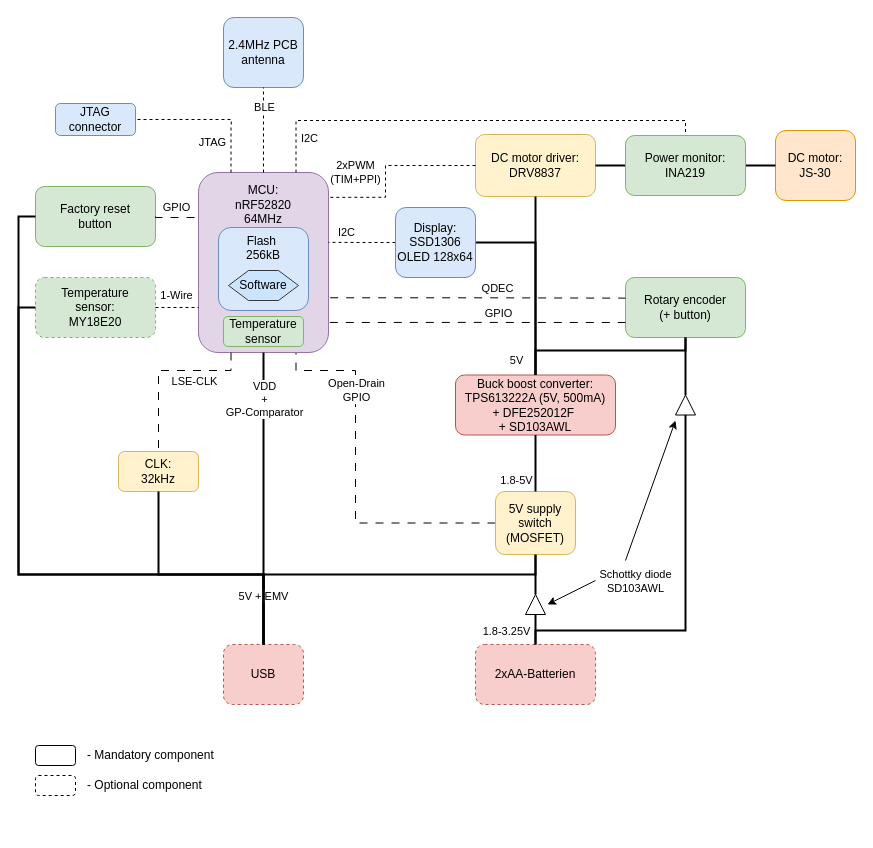
The draw.io diagram electronics/mt-rt-block-diagram.drawio in MiraTherm/miratherm-radiator-thermostat-documentation, before the edit. Source tidied: cells renumbered, new cells numbered last; positions are measured from the earlier drawing's top-left corner, leaving out a move shared by most shapes. Both pictures are drawn from the tidied source at 100%, with x=0, y=0 at pixel (18, 17).
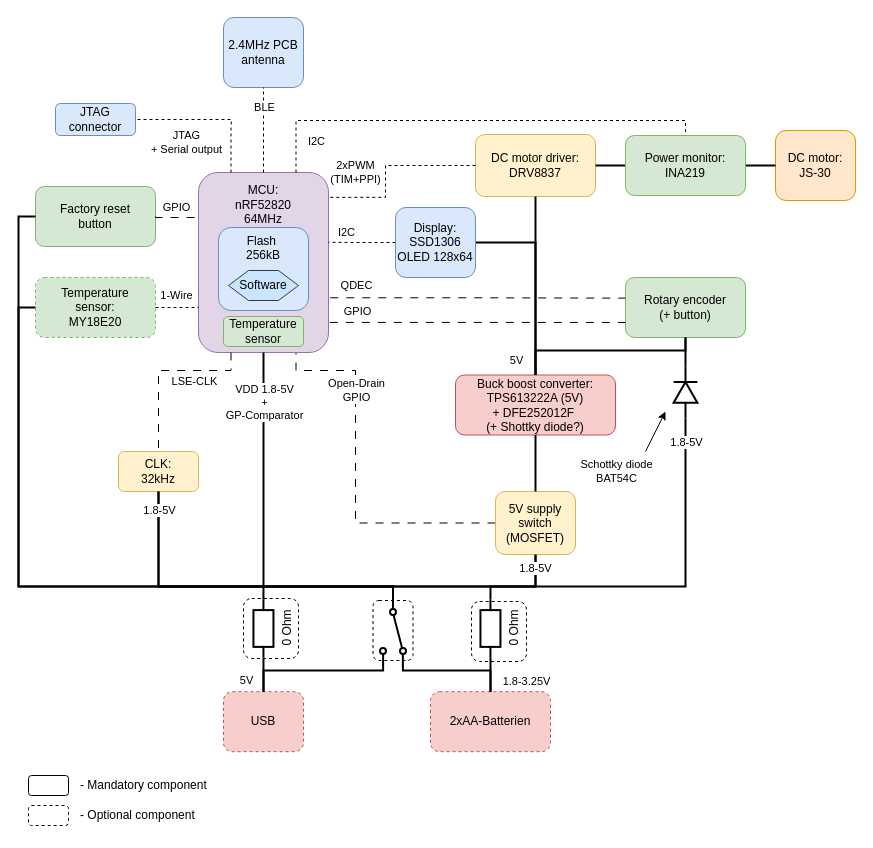
The same diagram, later.

Commit message:
:building_construction: Update block diagram

The change refers to these unchanged cells:
```xml
<mxCell id="3" value="MCU:&lt;br&gt;nRF52820 &lt;br&gt;64MHz&lt;br&gt;&lt;br&gt;&lt;br&gt;&lt;br&gt;&lt;br&gt;&lt;br&gt;&lt;br&gt;&lt;br&gt;&lt;div&gt;&lt;br&gt;&lt;/div&gt;" style="rounded=1;whiteSpace=wrap;html=1;labelPosition=center;verticalLabelPosition=middle;align=center;verticalAlign=middle;fillColor=#e1d5e7;strokeColor=#9673a6;" parent="1" vertex="1">
  <mxGeometry x="180" y="155" width="130" height="180" as="geometry" />
</mxCell>
<mxCell id="6" value="Temperature&lt;br&gt;sensor:&lt;br&gt;&lt;div&gt;MY18E20&lt;/div&gt;" style="rounded=1;whiteSpace=wrap;html=1;fillColor=#d5e8d4;strokeColor=#82b366;dashed=1;" parent="1" vertex="1">
  <mxGeometry x="17" y="260" width="120" height="60" as="geometry" />
</mxCell>
<mxCell id="7" value="Factory reset&lt;div&gt;button&lt;/div&gt;" style="rounded=1;whiteSpace=wrap;html=1;fillColor=#d5e8d4;strokeColor=#82b366;" parent="1" vertex="1">
  <mxGeometry x="17" y="169" width="120" height="60" as="geometry" />
</mxCell>
<mxCell id="8" value="Rotary encoder&lt;br&gt;(+ button)" style="rounded=1;whiteSpace=wrap;html=1;fillColor=#d5e8d4;strokeColor=#82b366;" parent="1" vertex="1">
  <mxGeometry x="607" y="260" width="120" height="60" as="geometry" />
</mxCell>
<mxCell id="12" style="endArrow=none;html=1;rounded=0;entryX=1;entryY=0.5;entryDx=0;entryDy=0;exitX=0.25;exitY=0;exitDx=0;exitDy=0;dashed=1;edgeStyle=orthogonalEdgeStyle;" parent="1" edge="1" source="3" target="11">
  <mxGeometry relative="1" as="geometry">
    <Array as="points">
      <mxPoint x="213" y="110" />
      <mxPoint x="213" y="106" />
    </Array>
  </mxGeometry>
</mxCell>
<mxCell id="16" style="endArrow=none;html=1;rounded=0;edgeStyle=orthogonalEdgeStyle;dashed=1;dashPattern=8 8;entryX=0;entryY=0.344;entryDx=0;entryDy=0;exitX=1.013;exitY=0.696;exitDx=0;exitDy=0;exitPerimeter=0;entryPerimeter=0;" parent="1" edge="1" source="3" target="8">
  <mxGeometry relative="1" as="geometry" />
</mxCell>
<mxCell id="20" value="CLK:&lt;br&gt;32kHz" style="rounded=1;whiteSpace=wrap;html=1;fillColor=#fff2cc;strokeColor=#d6b656;" parent="1" vertex="1">
  <mxGeometry x="100" y="434" width="80" height="40" as="geometry" />
</mxCell>
<mxCell id="37" value="5V supply switch&lt;br&gt;(MOSFET)" style="rounded=1;whiteSpace=wrap;html=1;fillColor=#fff2cc;strokeColor=#d6b656;" parent="1" vertex="1">
  <mxGeometry x="477" y="474" width="80" height="63" as="geometry" />
</mxCell>
<mxCell id="43" style="endArrow=none;html=1;rounded=0;entryX=0.5;entryY=1;entryDx=0;entryDy=0;strokeWidth=2;exitX=0.5;exitY=0;exitDx=0;exitDy=0;" parent="1" edge="1" source="37" target="24">
  <mxGeometry relative="1" as="geometry" />
</mxCell>
<mxCell id="46" style="endArrow=none;html=1;rounded=0;edgeStyle=orthogonalEdgeStyle;dashed=1;exitX=0.75;exitY=0;exitDx=0;exitDy=0;entryX=0.5;entryY=0;entryDx=0;entryDy=0;" parent="1" edge="1" source="3" target="59">
  <mxGeometry relative="1" as="geometry">
    <Array as="points">
      <mxPoint x="278" y="103" />
      <mxPoint x="667" y="103" />
    </Array>
  </mxGeometry>
</mxCell>
<mxCell id="65" style="endArrow=none;html=1;rounded=0;edgeStyle=orthogonalEdgeStyle;dashed=1;dashPattern=8 8;entryX=0;entryY=0.75;entryDx=0;entryDy=0;exitX=1.01;exitY=0.833;exitDx=0;exitDy=0;exitPerimeter=0;" parent="1" edge="1" source="3" target="8">
  <mxGeometry relative="1" as="geometry" />
</mxCell>
```

Diff of the diagram source:
```diff
@@
     <mxCell id="9" value="USB" style="rounded=1;whiteSpace=wrap;html=1;fillColor=#f8cecc;strokeColor=#b85450;dashed=1;" parent="1" vertex="1">
-      <mxGeometry x="205" y="627" width="80" height="60" as="geometry" />
+      <mxGeometry x="205" y="674.2" width="80" height="60" as="geometry" />
     </mxCell>
@@
-    <mxCell id="13" value="JTAG" style="edgeLabel;html=1;align=center;verticalAlign=middle;" parent="12" vertex="1">
+    <mxCell id="13" value="JTAG&lt;br&gt;+ Serial output" style="edgeLabel;html=1;align=center;verticalAlign=middle;" parent="12" vertex="1">
       <mxGeometry x="-0.47" y="2" relative="1" as="geometry">
-        <mxPoint x="-17" y="8" as="offset" />
+        <mxPoint x="-43" y="8" as="offset" />
       </mxGeometry>
     </mxCell>
@@
     <mxCell id="17" value="QDEC" style="edgeLabel;html=1;align=center;verticalAlign=middle;" parent="16" vertex="1">
       <mxGeometry x="0.16" relative="1" as="geometry">
-        <mxPoint x="-4" y="-10" as="offset" />
+        <mxPoint x="-145" y="-13" as="offset" />
       </mxGeometry>
     </mxCell>
@@
     <mxCell id="23" value="2xAA-Batterien" style="rounded=1;whiteSpace=wrap;html=1;fillColor=#f8cecc;strokeColor=#b85450;dashed=1;" parent="1" vertex="1">
-      <mxGeometry x="457" y="627" width="120" height="60" as="geometry" />
+      <mxGeometry x="412" y="674.2" width="120" height="60" as="geometry" />
     </mxCell>
-    <mxCell id="24" value="Buck boost converter:&lt;br&gt;&lt;div&gt;TPS613222A (5V, 500mA)&lt;br&gt;+&amp;nbsp;&lt;span style=&quot;background-color: transparent;&quot;&gt;DFE252012F&amp;nbsp;&lt;/span&gt;&lt;/div&gt;&lt;div&gt;&lt;span style=&quot;background-color: transparent; color: light-dark(rgb(0, 0, 0), rgb(255, 255, 255));&quot;&gt;+&amp;nbsp;&lt;/span&gt;&lt;span style=&quot;background-color: transparent;&quot;&gt;SD103AWL&lt;/span&gt;&lt;/div&gt;" style="rounded=1;whiteSpace=wrap;html=1;fillColor=#f8cecc;strokeColor=#b85450;" parent="1" vertex="1">
+    <mxCell id="24" value="Buck boost converter:&lt;br&gt;&lt;div&gt;TPS613222A (5V)&lt;br&gt;+&amp;nbsp;&lt;span style=&quot;background-color: transparent;&quot;&gt;DFE252012F&amp;nbsp;&lt;/span&gt;&lt;/div&gt;&lt;div&gt;&lt;span style=&quot;background-color: transparent; color: light-dark(rgb(0, 0, 0), rgb(255, 255, 255));&quot;&gt;(+&amp;nbsp;&lt;/span&gt;&lt;span style=&quot;background-color: transparent;&quot;&gt;Shottky diode?)&lt;/span&gt;&lt;/div&gt;" style="rounded=1;whiteSpace=wrap;html=1;fillColor=#f8cecc;strokeColor=#b85450;" parent="1" vertex="1">
       <mxGeometry x="437" y="357.5" width="160" height="60" as="geometry" />
     </mxCell>
-    <mxCell id="25" style="endArrow=none;html=1;rounded=0;entryX=0;entryY=0.5;entryDx=0;entryDy=0;exitX=0.5;exitY=0;exitDx=0;exitDy=0;strokeWidth=2;" parent="1" edge="1" source="23" target="27">
-      <mxGeometry relative="1" as="geometry" />
+    <mxCell id="25" style="endArrow=none;html=1;rounded=0;entryX=1;entryY=0.12;entryDx=0;entryDy=0;exitX=0.5;exitY=0;exitDx=0;exitDy=0;strokeWidth=2;edgeStyle=orthogonalEdgeStyle;" parent="1" edge="1" source="23" target="73">
+      <mxGeometry relative="1" as="geometry">
+        <Array as="points">
+          <mxPoint x="472" y="653" />
+          <mxPoint x="384" y="653" />
+        </Array>
+      </mxGeometry>
     </mxCell>
     <mxCell id="26" value="1.8-3.25V" style="edgeLabel;html=1;align=center;verticalAlign=middle;" parent="25" vertex="1">
       <mxGeometry x="0.47" relative="1" as="geometry">
-        <mxPoint x="-30" y="8" as="offset" />
+        <mxPoint x="95" y="10" as="offset" />
       </mxGeometry>
     </mxCell>
-    <mxCell id="27" style="triangle;whiteSpace=wrap;html=1;rotation=-90;" parent="1" vertex="1">
-      <mxGeometry x="507" y="577" width="20" height="20" as="geometry" />
-    </mxCell>
-    <mxCell id="28" style="endArrow=classic;html=1;rounded=0;" parent="1" edge="1">
-      <mxGeometry relative="1" as="geometry">
-        <mxPoint x="577" y="563" as="sourcePoint" />
-        <mxPoint x="529" y="587" as="targetPoint" />
-      </mxGeometry>
-    </mxCell>
-    <mxCell id="29" value="Schottky diode&lt;div&gt;SD103AWL&lt;/div&gt;" style="edgeLabel;html=1;align=center;verticalAlign=middle;" parent="28" vertex="1">
-      <mxGeometry x="-0.56" relative="1" as="geometry">
-        <mxPoint x="50" y="-5" as="offset" />
-      </mxGeometry>
-    </mxCell>
-    <mxCell id="30" style="endArrow=none;html=1;rounded=0;entryX=0.5;entryY=0;entryDx=0;entryDy=0;edgeStyle=orthogonalEdgeStyle;strokeWidth=2;exitX=0.5;exitY=1;exitDx=0;exitDy=0;" parent="1" edge="1" source="3" target="9">
-      <mxGeometry relative="1" as="geometry" />
+    <mxCell id="30" style="endArrow=none;html=1;rounded=0;entryX=0;entryY=0.5;entryDx=0;entryDy=0;edgeStyle=orthogonalEdgeStyle;strokeWidth=2;exitX=0.5;exitY=1;exitDx=0;exitDy=0;" parent="1" edge="1" source="3" target="73">
+      <mxGeometry relative="1" as="geometry">
+        <Array as="points">
+          <mxPoint x="245" y="569" />
+          <mxPoint x="375" y="569" />
+        </Array>
+      </mxGeometry>
     </mxCell>
-    <mxCell id="31" value="VDD&lt;br&gt;+&lt;br&gt;GP-Comparator" style="edgeLabel;html=1;align=center;verticalAlign=middle;" parent="30" vertex="1">
+    <mxCell id="31" value="VDD 1.8-5V&lt;br&gt;+&lt;br&gt;GP-Comparator" style="edgeLabel;html=1;align=center;verticalAlign=middle;" parent="30" vertex="1">
       <mxGeometry x="-0.92" relative="1" as="geometry">
         <mxPoint y="34" as="offset" />
       </mxGeometry>
     </mxCell>
     <mxCell id="32" style="rounded=1;whiteSpace=wrap;html=1;dashed=1;" parent="1" vertex="1">
-      <mxGeometry x="17" y="758" width="40" height="20" as="geometry" />
+      <mxGeometry x="10" y="788" width="40" height="20" as="geometry" />
     </mxCell>
     <mxCell id="33" value="- Optional component" style="text;html=1;align=left;verticalAlign=middle;strokeColor=none;fillColor=none;" parent="1" vertex="1">
-      <mxGeometry x="67" y="753" width="140" height="30" as="geometry" />
+      <mxGeometry x="60" y="783" width="140" height="30" as="geometry" />
     </mxCell>
     <mxCell id="34" style="rounded=1;whiteSpace=wrap;html=1;" parent="1" vertex="1">
-      <mxGeometry x="17" y="728" width="40" height="20" as="geometry" />
+      <mxGeometry x="10" y="758" width="40" height="20" as="geometry" />
     </mxCell>
     <mxCell id="35" value="- Mandatory component" style="text;html=1;align=left;verticalAlign=middle;strokeColor=none;fillColor=none;" parent="1" vertex="1">
-      <mxGeometry x="67" y="723" width="150" height="30" as="geometry" />
+      <mxGeometry x="60" y="753" width="150" height="30" as="geometry" />
     </mxCell>
-    <mxCell id="36" style="endArrow=none;html=1;rounded=0;entryX=0.5;entryY=1;entryDx=0;entryDy=0;exitX=1;exitY=0.5;exitDx=0;exitDy=0;strokeWidth=2;" parent="1" edge="1" source="27" target="37">
-      <mxGeometry relative="1" as="geometry" />
+    <mxCell id="36" style="endArrow=none;html=1;rounded=0;entryX=0.5;entryY=1;entryDx=0;entryDy=0;exitX=0;exitY=0.5;exitDx=0;exitDy=0;strokeWidth=2;edgeStyle=orthogonalEdgeStyle;" parent="1" edge="1" source="73" target="37">
+      <mxGeometry relative="1" as="geometry">
+        <Array as="points">
+          <mxPoint x="517" y="569" />
+        </Array>
+      </mxGeometry>
     </mxCell>
@@
-    <mxCell id="38" style="endArrow=none;html=1;rounded=0;entryX=0.5;entryY=0;entryDx=0;entryDy=0;edgeStyle=orthogonalEdgeStyle;strokeWidth=2;exitX=0.5;exitY=1;exitDx=0;exitDy=0;" parent="1" edge="1" source="37" target="9">
+    <mxCell id="38" style="endArrow=none;html=1;rounded=0;entryX=0.5;entryY=0;entryDx=0;entryDy=0;edgeStyle=orthogonalEdgeStyle;strokeWidth=2;exitX=1;exitY=0.88;exitDx=0;exitDy=0;" parent="1" edge="1" source="73" target="9">
       <mxGeometry relative="1" as="geometry">
         <Array as="points">
-          <mxPoint x="517" y="557" />
-          <mxPoint x="245" y="557" />
+          <mxPoint x="365" y="653" />
+          <mxPoint x="245" y="653" />
         </Array>
       </mxGeometry>
     </mxCell>
-    <mxCell id="39" value="5V + EMV" style="edgeLabel;html=1;align=center;verticalAlign=middle;" parent="38" vertex="1">
-      <mxGeometry x="0.73" y="-1" relative="1" as="geometry" />
+    <mxCell id="39" value="5V" style="edgeLabel;html=1;align=center;verticalAlign=middle;" parent="38" vertex="1">
+      <mxGeometry x="0.73" y="-1" relative="1" as="geometry">
+        <mxPoint x="-17" y="8" as="offset" />
+      </mxGeometry>
     </mxCell>
@@
-    <mxCell id="44" value="1.8-5V" style="edgeLabel;html=1;align=center;verticalAlign=middle;" parent="43" vertex="1">
-      <mxGeometry x="-0.57" y="1" relative="1" as="geometry">
-        <mxPoint x="-19" as="offset" />
-      </mxGeometry>
-    </mxCell>
-    <mxCell id="45" style="endArrow=none;html=1;rounded=0;entryX=0.5;entryY=0;entryDx=0;entryDy=0;edgeStyle=orthogonalEdgeStyle;strokeWidth=2;exitX=0.5;exitY=1;exitDx=0;exitDy=0;" parent="1" edge="1" source="20" target="9">
+    <mxCell id="45" style="endArrow=none;html=1;rounded=0;entryX=0;entryY=0.5;entryDx=0;entryDy=0;edgeStyle=orthogonalEdgeStyle;strokeWidth=2;exitX=0.5;exitY=1;exitDx=0;exitDy=0;" parent="1" edge="1" source="20" target="73">
       <mxGeometry relative="1" as="geometry">
         <Array as="points">
-          <mxPoint x="140" y="557" />
-          <mxPoint x="245" y="557" />
+          <mxPoint x="140" y="569" />
+          <mxPoint x="375" y="569" />
         </Array>
       </mxGeometry>
     </mxCell>
@@
     <mxCell id="47" value="I2C" style="edgeLabel;html=1;align=center;verticalAlign=middle;" parent="46" vertex="1">
       <mxGeometry x="-0.18" relative="1" as="geometry">
-        <mxPoint x="-122" y="17" as="offset" />
+        <mxPoint x="-115" y="20" as="offset" />
       </mxGeometry>
     </mxCell>
@@
-    <mxCell id="62" style="triangle;whiteSpace=wrap;html=1;rotation=-90;" parent="1" vertex="1">
-      <mxGeometry x="657" y="377.5" width="20" height="20" as="geometry" />
-    </mxCell>
-    <mxCell id="63" style="endArrow=none;html=1;rounded=0;entryX=0;entryY=0.5;entryDx=0;entryDy=0;exitX=0.5;exitY=0;exitDx=0;exitDy=0;strokeWidth=2;edgeStyle=orthogonalEdgeStyle;" parent="1" edge="1" source="23" target="62">
+    <mxCell id="63" style="endArrow=none;html=1;rounded=0;entryX=0;entryY=0.5;entryDx=0;entryDy=0;strokeWidth=2;edgeStyle=orthogonalEdgeStyle;exitX=0;exitY=0.5;exitDx=0;exitDy=0;entryPerimeter=0;" parent="1" edge="1" source="73" target="85">
       <mxGeometry relative="1" as="geometry">
         <Array as="points">
-          <mxPoint x="517" y="613" />
-          <mxPoint x="667" y="613" />
+          <mxPoint x="375" y="569" />
+          <mxPoint x="667" y="569" />
+          <mxPoint x="667" y="414" />
         </Array>
       </mxGeometry>
     </mxCell>
+    <mxCell id="71" value="1.8-5V" style="edgeLabel;html=1;align=center;verticalAlign=middle;" parent="63" vertex="1">
+      <mxGeometry x="0.89" relative="1" as="geometry">
+        <mxPoint y="-3" as="offset" />
+      </mxGeometry>
+    </mxCell>
-    <mxCell id="64" style="endArrow=none;html=1;rounded=0;entryX=0.5;entryY=1;entryDx=0;entryDy=0;strokeWidth=2;exitX=1;exitY=0.5;exitDx=0;exitDy=0;edgeStyle=orthogonalEdgeStyle;" parent="1" edge="1" source="62" target="8">
+    <mxCell id="64" style="endArrow=none;html=1;rounded=0;entryX=0.5;entryY=1;entryDx=0;entryDy=0;strokeWidth=2;edgeStyle=orthogonalEdgeStyle;exitX=1;exitY=0.5;exitDx=0;exitDy=0;exitPerimeter=0;" parent="1" edge="1" source="85" target="8">
       <mxGeometry relative="1" as="geometry" />
     </mxCell>
@@
     <mxCell id="66" value="GPIO" style="edgeLabel;html=1;align=center;verticalAlign=middle;" parent="65" vertex="1">
       <mxGeometry x="0.16" relative="1" as="geometry">
-        <mxPoint x="-4" y="-10" as="offset" />
+        <mxPoint x="-145" y="-12" as="offset" />
       </mxGeometry>
     </mxCell>
     <mxCell id="67" style="endArrow=classic;html=1;rounded=0;" parent="1" edge="1">
       <mxGeometry relative="1" as="geometry">
-        <mxPoint x="607" y="543" as="sourcePoint" />
-        <mxPoint x="657" y="403" as="targetPoint" />
+        <mxPoint x="627" y="434" as="sourcePoint" />
+        <mxPoint x="647" y="394" as="targetPoint" />
       </mxGeometry>
     </mxCell>
+    <mxCell id="72" value="Schottky diode&lt;div&gt;BAT54C&lt;/div&gt;" style="edgeLabel;html=1;align=center;verticalAlign=middle;" parent="67" vertex="1">
+      <mxGeometry x="-0.12" y="1" relative="1" as="geometry">
+        <mxPoint x="-38" y="38" as="offset" />
+      </mxGeometry>
+    </mxCell>
-    <mxCell id="68" style="endArrow=none;html=1;rounded=0;entryX=0.5;entryY=0;entryDx=0;entryDy=0;edgeStyle=orthogonalEdgeStyle;strokeWidth=2;exitX=0;exitY=0.5;exitDx=0;exitDy=0;" parent="1" edge="1" source="6" target="9">
+    <mxCell id="68" style="endArrow=none;html=1;rounded=0;entryX=0;entryY=0.5;entryDx=0;entryDy=0;edgeStyle=orthogonalEdgeStyle;strokeWidth=2;exitX=0;exitY=0.5;exitDx=0;exitDy=0;" parent="1" edge="1" source="6" target="73">
       <mxGeometry relative="1" as="geometry">
         <Array as="points">
           <mxPoint y="290" />
-          <mxPoint y="557" />
-          <mxPoint x="245" y="557" />
+          <mxPoint y="569" />
+          <mxPoint x="375" y="569" />
         </Array>
       </mxGeometry>
     </mxCell>
-    <mxCell id="69" style="endArrow=none;html=1;rounded=0;entryX=0.5;entryY=0;entryDx=0;entryDy=0;edgeStyle=orthogonalEdgeStyle;strokeWidth=2;exitX=0;exitY=0.5;exitDx=0;exitDy=0;" parent="1" edge="1" source="7" target="9">
+    <mxCell id="69" style="endArrow=none;html=1;rounded=0;entryX=0;entryY=0.5;entryDx=0;entryDy=0;edgeStyle=orthogonalEdgeStyle;strokeWidth=2;exitX=0;exitY=0.5;exitDx=0;exitDy=0;" parent="1" edge="1" source="7" target="73">
       <mxGeometry relative="1" as="geometry">
         <Array as="points">
           <mxPoint y="199" />
-          <mxPoint y="557" />
-          <mxPoint x="245" y="557" />
+          <mxPoint y="569" />
+          <mxPoint x="375" y="569" />
         </Array>
       </mxGeometry>
     </mxCell>
@@
+    <mxCell id="73" style="html=1;shape=mxgraph.electrical.electro-mechanical.twoWaySwitch;elSwitchState=2;rotation=90;strokeWidth=2;" parent="1" vertex="1">
+      <mxGeometry x="337" y="601" width="75" height="26" as="geometry" />
+    </mxCell>
+    <mxCell id="74" style="rounded=1;whiteSpace=wrap;html=1;dashed=1;fillColor=none;" parent="1" vertex="1">
+      <mxGeometry x="354.5" y="583" width="40" height="60" as="geometry" />
+    </mxCell>
+    <mxCell id="75" value="0 Ohm" style="verticalLabelPosition=bottom;shadow=0;align=center;html=1;verticalAlign=top;shape=mxgraph.electrical.resistors.resistor_1;rotation=-90;strokeWidth=2;" parent="1" vertex="1">
+      <mxGeometry x="443.2" y="601" width="57.5" height="20" as="geometry" />
+    </mxCell>
+    <mxCell id="76" style="endArrow=none;html=1;rounded=0;entryX=0;entryY=0.5;entryDx=0;entryDy=0;exitX=0.5;exitY=0;exitDx=0;exitDy=0;strokeWidth=2;edgeStyle=orthogonalEdgeStyle;entryPerimeter=0;" parent="1" edge="1" source="23" target="75">
+      <mxGeometry relative="1" as="geometry">
+        <Array as="points">
+          <mxPoint x="472" y="643" />
+          <mxPoint x="472" y="643" />
+        </Array>
+      </mxGeometry>
+    </mxCell>
+    <mxCell id="77" style="endArrow=none;html=1;rounded=0;entryX=0.5;entryY=1;entryDx=0;entryDy=0;exitX=1;exitY=0.5;exitDx=0;exitDy=0;strokeWidth=2;edgeStyle=orthogonalEdgeStyle;exitPerimeter=0;" parent="1" edge="1" source="75" target="37">
+      <mxGeometry relative="1" as="geometry">
+        <Array as="points">
+          <mxPoint x="472" y="569" />
+          <mxPoint x="517" y="569" />
+        </Array>
+      </mxGeometry>
+    </mxCell>
+    <mxCell id="78" value="1.8-5V" style="edgeLabel;html=1;align=center;verticalAlign=middle;" parent="77" vertex="1">
+      <mxGeometry x="0.7" y="1" relative="1" as="geometry" />
+    </mxCell>
+    <mxCell id="79" style="rounded=1;whiteSpace=wrap;html=1;dashed=1;fillColor=none;" parent="1" vertex="1">
+      <mxGeometry x="453" y="584" width="55" height="60" as="geometry" />
+    </mxCell>
+    <mxCell id="80" value="0 Ohm" style="verticalLabelPosition=bottom;shadow=0;align=center;html=1;verticalAlign=top;shape=mxgraph.electrical.resistors.resistor_1;rotation=-90;strokeWidth=2;" parent="1" vertex="1">
+      <mxGeometry x="216.2" y="601" width="57.5" height="20" as="geometry" />
+    </mxCell>
+    <mxCell id="81" style="endArrow=none;html=1;rounded=0;entryX=0;entryY=0.5;entryDx=0;entryDy=0;exitX=0.5;exitY=0;exitDx=0;exitDy=0;strokeWidth=2;edgeStyle=orthogonalEdgeStyle;entryPerimeter=0;" parent="1" edge="1" source="9" target="80">
+      <mxGeometry relative="1" as="geometry">
+        <Array as="points">
+          <mxPoint x="245" y="653" />
+          <mxPoint x="245" y="653" />
+        </Array>
+      </mxGeometry>
+    </mxCell>
+    <mxCell id="82" style="endArrow=none;html=1;rounded=0;entryX=0.5;entryY=1;entryDx=0;entryDy=0;exitX=1;exitY=0.5;exitDx=0;exitDy=0;strokeWidth=2;edgeStyle=orthogonalEdgeStyle;exitPerimeter=0;" parent="1" edge="1" source="80" target="20">
+      <mxGeometry relative="1" as="geometry">
+        <Array as="points">
+          <mxPoint x="245" y="569" />
+          <mxPoint x="140" y="569" />
+        </Array>
+      </mxGeometry>
+    </mxCell>
+    <mxCell id="83" value="1.8-5V" style="edgeLabel;html=1;align=center;verticalAlign=middle;" parent="82" vertex="1">
+      <mxGeometry x="0.91" y="-2" relative="1" as="geometry">
+        <mxPoint x="-2" y="9" as="offset" />
+      </mxGeometry>
+    </mxCell>
+    <mxCell id="84" style="rounded=1;whiteSpace=wrap;html=1;dashed=1;fillColor=none;" parent="1" vertex="1">
+      <mxGeometry x="225" y="581" width="55" height="60" as="geometry" />
+    </mxCell>
+    <mxCell id="85" style="verticalLabelPosition=bottom;shadow=0;dashed=0;align=center;html=1;verticalAlign=top;shape=mxgraph.electrical.diodes.diode;rotation=-90;strokeWidth=2;" parent="1" vertex="1">
+      <mxGeometry x="640.9" y="363" width="52.2" height="23.8" as="geometry" />
+    </mxCell>
```
